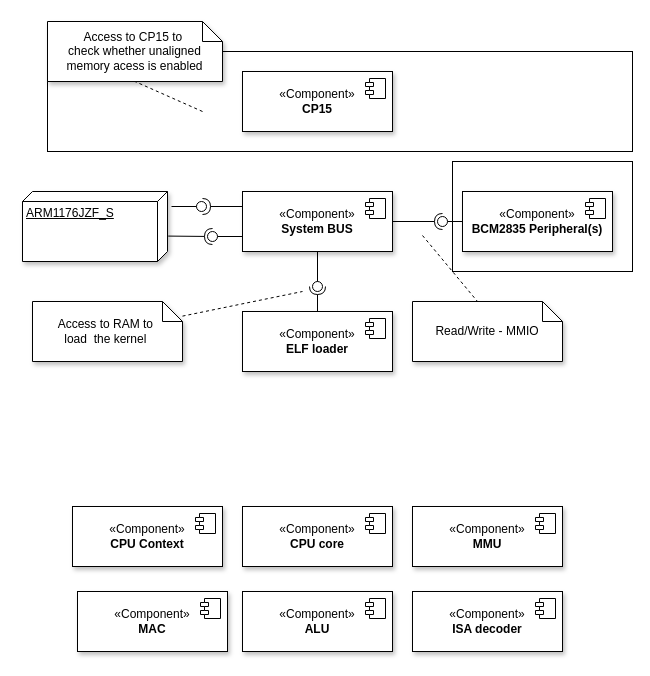
Earlier version of the draw.io diagram docs/diagrams/core_component_diagram.drawio (silhavyj/ZeroMate). Source tidied: cells renumbered, new cells numbered last; positions are measured from the earlier drawing's top-left corner, leaving out a move shared by most shapes. Both pictures are drawn from the tidied source at 100%, with x=0, y=0 at pixel (22, 21).
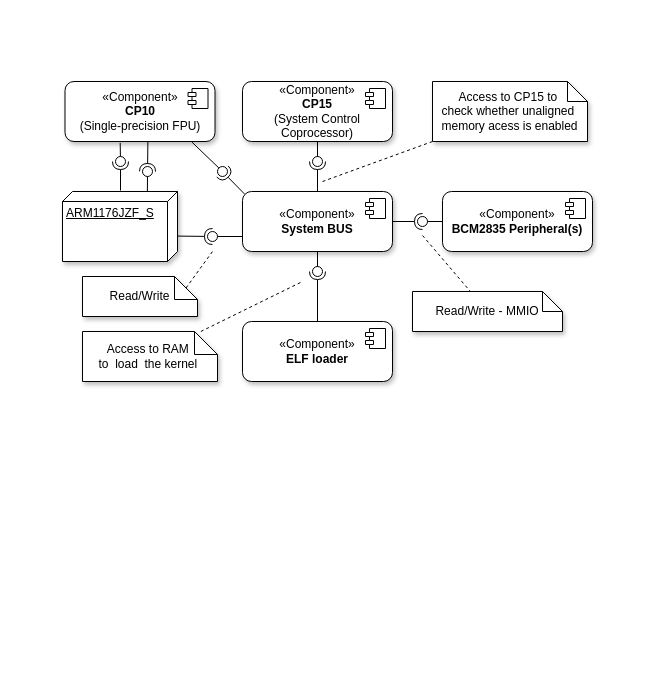
Above is the later version.

Unchanged cells that the change refers to:
```xml
<mxCell id="13" style="ellipse;whiteSpace=wrap;html=1;align=center;fillColor=none;strokeColor=none;perimeter=centerPerimeter;points=[];outlineConnect=1;" parent="1" vertex="1">
  <mxGeometry x="290" y="260" width="10" height="10" as="geometry" />
</mxCell>
```

The edit, as a diff of the source:
```diff
@@
-    <mxCell id="2" style="rounded=0;whiteSpace=wrap;html=1;" parent="1" vertex="1">
-      <mxGeometry x="25" y="30" width="585" height="100" as="geometry" />
-    </mxCell>
-    <mxCell id="3" style="rounded=0;whiteSpace=wrap;html=1;" parent="1" vertex="1">
-      <mxGeometry x="430" y="140" width="180" height="110" as="geometry" />
-    </mxCell>
-    <mxCell id="4" value="«Component»&lt;br&gt;&lt;b&gt;System BUS&lt;/b&gt;" style="html=1;whiteSpace=wrap;shadow=1;" parent="1" vertex="1">
+    <mxCell id="4" value="«Component»&lt;br&gt;&lt;b&gt;System BUS&lt;/b&gt;" style="html=1;whiteSpace=wrap;shadow=1;rounded=1;fontFamily=Computer Modern;" parent="1" vertex="1">
       <mxGeometry x="220" y="170" width="150" height="60" as="geometry" />
     </mxCell>
@@
-    <mxCell id="6" value="«Component»&lt;br&gt;&lt;b&gt;ELF loader&lt;/b&gt;" style="html=1;whiteSpace=wrap;shadow=1;" parent="1" vertex="1">
-      <mxGeometry x="220" y="290" width="150" height="60" as="geometry" />
+    <mxCell id="6" value="«Component»&lt;br&gt;&lt;b&gt;ELF loader&lt;/b&gt;" style="html=1;whiteSpace=wrap;shadow=1;rounded=1;fontFamily=Computer Modern;" parent="1" vertex="1">
+      <mxGeometry x="220" y="300" width="150" height="60" as="geometry" />
     </mxCell>
@@
-    <mxCell id="8" value="«Component»&lt;br&gt;&lt;b style=&quot;border-color: var(--border-color);&quot;&gt;BCM2835 Peripheral(s)&lt;/b&gt;" style="html=1;whiteSpace=wrap;shadow=1;" parent="1" vertex="1">
-      <mxGeometry x="440" y="170" width="150" height="60" as="geometry" />
+    <mxCell id="8" value="«Component»&lt;br&gt;&lt;b style=&quot;border-color: var(--border-color);&quot;&gt;BCM2835 Peripheral(s)&lt;/b&gt;" style="html=1;whiteSpace=wrap;shadow=1;rounded=1;fontFamily=Computer Modern;" parent="1" vertex="1">
+      <mxGeometry x="420" y="170" width="150" height="60" as="geometry" />
     </mxCell>
@@
     <mxCell id="11" style="rounded=0;jettySize=auto;html=1;endArrow=halfCircle;endFill=0;endSize=6;strokeWidth=1;sketch=0;exitX=0.5;exitY=0;exitDx=0;exitDy=0;" parent="1" edge="1" source="6">
       <mxGeometry relative="1" as="geometry">
-        <mxPoint x="295" y="265" as="targetPoint" />
+        <mxPoint x="295" y="250" as="targetPoint" />
       </mxGeometry>
     </mxCell>
-    <mxCell id="12" style="rounded=0;jettySize=auto;html=1;endArrow=oval;endFill=0;sketch=0;sourcePerimeterSpacing=0;targetPerimeterSpacing=0;endSize=10;exitX=0.5;exitY=1;exitDx=0;exitDy=0;entryX=0.497;entryY=-0.385;entryDx=0;entryDy=0;entryPerimeter=0;" parent="1" edge="1" source="4" target="13">
-      <mxGeometry relative="1" as="geometry" />
+    <mxCell id="12" style="rounded=0;jettySize=auto;html=1;endArrow=oval;endFill=0;sketch=0;sourcePerimeterSpacing=0;targetPerimeterSpacing=0;endSize=10;exitX=0.5;exitY=1;exitDx=0;exitDy=0;" parent="1" edge="1" source="4">
+      <mxGeometry relative="1" as="geometry">
+        <mxPoint x="295" y="250" as="targetPoint" />
+      </mxGeometry>
     </mxCell>
@@
     <mxCell id="14" style="rounded=0;jettySize=auto;html=1;endArrow=halfCircle;endFill=0;endSize=6;strokeWidth=1;sketch=0;exitX=1;exitY=0.5;exitDx=0;exitDy=0;" parent="1" edge="1" source="4">
       <mxGeometry relative="1" as="geometry">
-        <mxPoint x="420" y="200" as="targetPoint" />
+        <mxPoint x="400" y="200" as="targetPoint" />
+        <Array as="points">
+          <mxPoint x="400" y="200" />
+        </Array>
       </mxGeometry>
     </mxCell>
     <mxCell id="15" style="rounded=0;jettySize=auto;html=1;endArrow=oval;endFill=0;sketch=0;sourcePerimeterSpacing=0;targetPerimeterSpacing=0;endSize=10;exitX=0;exitY=0.5;exitDx=0;exitDy=0;" parent="1" edge="1" source="8">
       <mxGeometry relative="1" as="geometry">
-        <mxPoint x="420" y="200" as="targetPoint" />
+        <mxPoint x="400" y="200" as="targetPoint" />
       </mxGeometry>
     </mxCell>
@@
     <mxCell id="21" style="ellipse;whiteSpace=wrap;html=1;align=center;fillColor=none;strokeColor=none;perimeter=centerPerimeter;" parent="1" vertex="1">
-      <mxGeometry x="55" y="140" width="10" height="10" as="geometry" />
+      <mxGeometry x="80" y="140" width="10" height="10" as="geometry" />
     </mxCell>
@@
-    <mxCell id="23" value="&lt;div style=&quot;&quot;&gt;&lt;span style=&quot;background-color: initial;&quot;&gt;Access to RAM to&amp;nbsp;&lt;/span&gt;&lt;/div&gt;&lt;div style=&quot;&quot;&gt;&lt;span style=&quot;background-color: initial;&quot;&gt;load&amp;nbsp;&amp;nbsp;&lt;/span&gt;&lt;span style=&quot;background-color: initial;&quot;&gt;the kernel&amp;nbsp;&lt;/span&gt;&lt;/div&gt;" style="shape=note;size=20;whiteSpace=wrap;html=1;align=center;shadow=1;" parent="1" vertex="1">
-      <mxGeometry x="10" y="280" width="150" height="60" as="geometry" />
+    <mxCell id="23" value="&lt;div style=&quot;&quot;&gt;&lt;span style=&quot;background-color: initial;&quot;&gt;Access to RAM&amp;nbsp;&lt;/span&gt;&lt;/div&gt;&lt;div style=&quot;&quot;&gt;&lt;span style=&quot;background-color: initial;&quot;&gt;to&amp;nbsp;&amp;nbsp;&lt;/span&gt;&lt;span style=&quot;background-color: initial;&quot;&gt;load&amp;nbsp;&amp;nbsp;&lt;/span&gt;&lt;span style=&quot;background-color: initial;&quot;&gt;the kernel&amp;nbsp;&lt;/span&gt;&lt;/div&gt;" style="shape=note;size=23;whiteSpace=wrap;html=1;align=center;shadow=1;fontFamily=Computer Modern;" parent="1" vertex="1">
+      <mxGeometry x="60" y="310" width="135" height="50" as="geometry" />
     </mxCell>
     <mxCell id="24" style="endArrow=none;dashed=1;html=1;rounded=0;" parent="1" edge="1" source="23">
       <mxGeometry relative="1" as="geometry">
-        <mxPoint x="280" y="270" as="targetPoint" />
+        <mxPoint x="280" y="260" as="targetPoint" />
       </mxGeometry>
     </mxCell>
-    <mxCell id="25" value="ARM1176JZF_S" style="verticalAlign=top;align=left;spacingTop=8;spacingLeft=2;spacingRight=12;shape=cube;size=10;direction=south;fontStyle=4;html=1;whiteSpace=wrap;shadow=1;" parent="1" vertex="1">
-      <mxGeometry y="170" width="145" height="70" as="geometry" />
+    <mxCell id="25" value="ARM1176JZF_S" style="verticalAlign=top;align=left;spacingTop=8;spacingLeft=2;spacingRight=12;shape=cube;size=10;direction=south;fontStyle=4;html=1;whiteSpace=wrap;shadow=1;fontFamily=Computer Modern;" parent="1" vertex="1">
+      <mxGeometry x="40" y="170" width="115" height="70" as="geometry" />
     </mxCell>
-    <mxCell id="26" value="&lt;div style=&quot;&quot;&gt;Read/Write - MMIO&lt;/div&gt;" style="shape=note;size=20;whiteSpace=wrap;html=1;align=center;shadow=1;" parent="1" vertex="1">
-      <mxGeometry x="390" y="280" width="150" height="60" as="geometry" />
+    <mxCell id="26" value="&lt;div style=&quot;&quot;&gt;Read/Write - MMIO&lt;/div&gt;" style="shape=note;size=20;whiteSpace=wrap;html=1;align=center;shadow=1;fontFamily=Computer Modern;" parent="1" vertex="1">
+      <mxGeometry x="390" y="270" width="150" height="40" as="geometry" />
     </mxCell>
-    <mxCell id="27" style="endArrow=none;dashed=1;html=1;rounded=0;entryX=0;entryY=0;entryDx=65;entryDy=0;entryPerimeter=0;" parent="1" edge="1" target="26">
+    <mxCell id="27" style="endArrow=none;dashed=1;html=1;rounded=0;" parent="1" edge="1" target="26">
       <mxGeometry relative="1" as="geometry">
         <mxPoint x="400" y="214" as="sourcePoint" />
       </mxGeometry>
     </mxCell>
-    <mxCell id="28" value="&lt;div style=&quot;&quot;&gt;Access to CP15 to&amp;nbsp;&lt;/div&gt;&lt;div style=&quot;&quot;&gt;check whether unaligned memory acess is enabled&lt;/div&gt;" style="shape=note;size=20;whiteSpace=wrap;html=1;align=center;shadow=1;" parent="1" vertex="1">
-      <mxGeometry x="25" width="175" height="60" as="geometry" />
+    <mxCell id="28" value="&lt;div style=&quot;&quot;&gt;Access to CP15 to&amp;nbsp;&lt;/div&gt;&lt;div style=&quot;&quot;&gt;check whether unaligned&amp;nbsp;&lt;/div&gt;&lt;div style=&quot;&quot;&gt;memory acess is enabled&lt;/div&gt;" style="shape=note;size=20;whiteSpace=wrap;html=1;align=center;shadow=1;fontFamily=Computer Modern;" parent="1" vertex="1">
+      <mxGeometry x="410" y="60" width="155" height="60" as="geometry" />
     </mxCell>
-    <mxCell id="29" style="rounded=0;jettySize=auto;html=1;endArrow=halfCircle;endFill=0;endSize=6;strokeWidth=1;sketch=0;exitX=0;exitY=0.25;exitDx=0;exitDy=0;" parent="1" edge="1" source="4">
+    <mxCell id="29" style="rounded=0;jettySize=auto;html=1;endArrow=halfCircle;endFill=0;endSize=6;strokeWidth=1;sketch=0;exitX=0.5;exitY=0;exitDx=0;exitDy=0;" parent="1" edge="1" source="4">
       <mxGeometry relative="1" as="geometry">
-        <mxPoint x="180" y="185" as="targetPoint" />
+        <mxPoint x="295" y="140" as="targetPoint" />
       </mxGeometry>
     </mxCell>
-    <mxCell id="30" style="rounded=0;orthogonalLoop=1;jettySize=auto;html=1;endArrow=oval;endFill=0;sketch=0;sourcePerimeterSpacing=0;targetPerimeterSpacing=0;endSize=10;" parent="1" edge="1">
+    <mxCell id="30" style="rounded=0;jettySize=auto;html=1;endArrow=oval;endFill=0;sketch=0;sourcePerimeterSpacing=0;targetPerimeterSpacing=0;endSize=10;exitX=0.5;exitY=1;exitDx=0;exitDy=0;" parent="1" edge="1" source="44">
       <mxGeometry relative="1" as="geometry">
-        <mxPoint x="149" y="185" as="sourcePoint" />
-        <mxPoint x="179" y="185" as="targetPoint" />
+        <mxPoint x="295" y="140" as="targetPoint" />
       </mxGeometry>
     </mxCell>
-    <mxCell id="31" style="endArrow=none;dashed=1;html=1;rounded=0;entryX=0.5;entryY=1;entryDx=0;entryDy=0;entryPerimeter=0;" parent="1" edge="1" target="28">
+    <mxCell id="31" style="endArrow=none;dashed=1;html=1;rounded=0;entryX=0;entryY=1;entryDx=0;entryDy=0;entryPerimeter=0;" parent="1" edge="1" target="28">
       <mxGeometry relative="1" as="geometry">
-        <mxPoint x="180" y="90" as="sourcePoint" />
+        <mxPoint x="300" y="160" as="sourcePoint" />
       </mxGeometry>
     </mxCell>
-    <mxCell id="32" value="«Component»&lt;br&gt;&lt;b&gt;CPU core&lt;/b&gt;" style="html=1;whiteSpace=wrap;shadow=1;" parent="1" vertex="1">
-      <mxGeometry x="220" y="485" width="150" height="60" as="geometry" />
-    </mxCell>
-    <mxCell id="33" style="shape=module;jettyWidth=8;jettyHeight=4;" parent="32" vertex="1">
-      <mxGeometry x="1" width="20" height="20" relative="1" as="geometry">
-        <mxPoint x="-27" y="7" as="offset" />
-      </mxGeometry>
-    </mxCell>
-    <mxCell id="34" value="«Component»&lt;br&gt;&lt;b&gt;CPU Context&lt;/b&gt;" style="html=1;whiteSpace=wrap;shadow=1;" parent="1" vertex="1">
-      <mxGeometry x="50" y="485" width="150" height="60" as="geometry" />
-    </mxCell>
-    <mxCell id="35" style="shape=module;jettyWidth=8;jettyHeight=4;" parent="34" vertex="1">
-      <mxGeometry x="1" width="20" height="20" relative="1" as="geometry">
-        <mxPoint x="-27" y="7" as="offset" />
-      </mxGeometry>
-    </mxCell>
-    <mxCell id="36" value="«Component»&lt;br&gt;&lt;b&gt;ISA decoder&lt;/b&gt;" style="html=1;whiteSpace=wrap;shadow=1;" parent="1" vertex="1">
-      <mxGeometry x="390" y="570" width="150" height="60" as="geometry" />
-    </mxCell>
-    <mxCell id="37" style="shape=module;jettyWidth=8;jettyHeight=4;" parent="36" vertex="1">
-      <mxGeometry x="1" width="20" height="20" relative="1" as="geometry">
-        <mxPoint x="-27" y="7" as="offset" />
-      </mxGeometry>
-    </mxCell>
-    <mxCell id="38" value="«Component»&lt;br&gt;&lt;b&gt;MMU&lt;/b&gt;" style="html=1;whiteSpace=wrap;shadow=1;" parent="1" vertex="1">
-      <mxGeometry x="390" y="485" width="150" height="60" as="geometry" />
-    </mxCell>
-    <mxCell id="39" style="shape=module;jettyWidth=8;jettyHeight=4;" parent="38" vertex="1">
-      <mxGeometry x="1" width="20" height="20" relative="1" as="geometry">
-        <mxPoint x="-27" y="7" as="offset" />
-      </mxGeometry>
-    </mxCell>
-    <mxCell id="40" value="«Component»&lt;br&gt;&lt;b&gt;ALU&lt;/b&gt;" style="html=1;whiteSpace=wrap;shadow=1;" parent="1" vertex="1">
-      <mxGeometry x="220" y="570" width="150" height="60" as="geometry" />
-    </mxCell>
-    <mxCell id="41" style="shape=module;jettyWidth=8;jettyHeight=4;" parent="40" vertex="1">
-      <mxGeometry x="1" width="20" height="20" relative="1" as="geometry">
-        <mxPoint x="-27" y="7" as="offset" />
-      </mxGeometry>
-    </mxCell>
-    <mxCell id="42" value="«Component»&lt;br&gt;&lt;b&gt;MAC&lt;/b&gt;" style="html=1;whiteSpace=wrap;shadow=1;" parent="1" vertex="1">
-      <mxGeometry x="55" y="570" width="150" height="60" as="geometry" />
-    </mxCell>
-    <mxCell id="43" style="shape=module;jettyWidth=8;jettyHeight=4;" parent="42" vertex="1">
-      <mxGeometry x="1" width="20" height="20" relative="1" as="geometry">
-        <mxPoint x="-27" y="7" as="offset" />
-      </mxGeometry>
-    </mxCell>
-    <mxCell id="44" value="«Component»&lt;br&gt;&lt;b&gt;CP15&lt;/b&gt;" style="html=1;whiteSpace=wrap;shadow=1;" parent="1" vertex="1">
-      <mxGeometry x="220" y="50" width="150" height="60" as="geometry" />
+    <mxCell id="44" value="«Component»&lt;br&gt;&lt;b&gt;CP15&lt;/b&gt;&lt;br&gt;(System Control &lt;br&gt;Coprocessor)" style="html=1;whiteSpace=wrap;shadow=1;rounded=1;fontFamily=Computer Modern;" parent="1" vertex="1">
+      <mxGeometry x="220" y="60" width="150" height="60" as="geometry" />
     </mxCell>
@@
+    <mxCell id="46" value="«Component»&lt;br&gt;&lt;b&gt;CP10&lt;/b&gt;&lt;br&gt;(Single-precision FPU)" style="html=1;whiteSpace=wrap;shadow=1;rounded=1;fontFamily=Computer Modern;" parent="1" vertex="1">
+      <mxGeometry x="42.5" y="60" width="150" height="60" as="geometry" />
+    </mxCell>
+    <mxCell id="47" style="shape=module;jettyWidth=8;jettyHeight=4;" parent="46" vertex="1">
+      <mxGeometry x="1" width="20" height="20" relative="1" as="geometry">
+        <mxPoint x="-27" y="7" as="offset" />
+      </mxGeometry>
+    </mxCell>
+    <mxCell id="48" style="rounded=0;orthogonalLoop=1;jettySize=auto;html=1;endArrow=halfCircle;endFill=0;endSize=6;strokeWidth=1;sketch=0;" parent="1" edge="1">
+      <mxGeometry relative="1" as="geometry">
+        <mxPoint x="98" y="169" as="sourcePoint" />
+        <mxPoint x="98" y="140" as="targetPoint" />
+      </mxGeometry>
+    </mxCell>
+    <mxCell id="49" style="rounded=0;orthogonalLoop=1;jettySize=auto;html=1;endArrow=oval;endFill=0;sketch=0;sourcePerimeterSpacing=0;targetPerimeterSpacing=0;endSize=10;exitX=0.201;exitY=1.023;exitDx=0;exitDy=0;exitPerimeter=0;" parent="1" edge="1">
+      <mxGeometry relative="1" as="geometry">
+        <mxPoint x="97.7" y="121.4" as="sourcePoint" />
+        <mxPoint x="98" y="140" as="targetPoint" />
+      </mxGeometry>
+    </mxCell>
+    <mxCell id="50" style="rounded=0;orthogonalLoop=1;jettySize=auto;html=1;endArrow=oval;endFill=0;sketch=0;sourcePerimeterSpacing=0;targetPerimeterSpacing=0;endSize=10;exitX=-0.005;exitY=0.479;exitDx=0;exitDy=0;exitPerimeter=0;" parent="1" edge="1">
+      <mxGeometry relative="1" as="geometry">
+        <mxPoint x="124.9" y="169.6" as="sourcePoint" />
+        <mxPoint x="125" y="150" as="targetPoint" />
+      </mxGeometry>
+    </mxCell>
+    <mxCell id="51" style="rounded=0;orthogonalLoop=1;jettySize=auto;html=1;endArrow=halfCircle;endFill=0;endSize=6;strokeWidth=1;sketch=0;exitX=0.386;exitY=1.001;exitDx=0;exitDy=0;exitPerimeter=0;" parent="1" edge="1">
+      <mxGeometry relative="1" as="geometry">
+        <mxPoint x="125.4" y="120.1" as="sourcePoint" />
+        <mxPoint x="125" y="150" as="targetPoint" />
+      </mxGeometry>
+    </mxCell>
+    <mxCell id="52" style="rounded=0;jettySize=auto;html=1;endArrow=oval;endFill=0;sketch=0;sourcePerimeterSpacing=0;targetPerimeterSpacing=0;endSize=10;exitX=0.845;exitY=1.007;exitDx=0;exitDy=0;exitPerimeter=0;" parent="1" edge="1" source="46">
+      <mxGeometry relative="1" as="geometry">
+        <mxPoint x="200" y="150" as="targetPoint" />
+      </mxGeometry>
+    </mxCell>
+    <mxCell id="53" style="rounded=0;jettySize=auto;html=1;endArrow=halfCircle;endFill=0;endSize=6;strokeWidth=1;sketch=0;exitX=0.013;exitY=0.041;exitDx=0;exitDy=0;exitPerimeter=0;" parent="1" edge="1" source="4">
+      <mxGeometry relative="1" as="geometry">
+        <mxPoint x="200" y="150" as="targetPoint" />
+      </mxGeometry>
+    </mxCell>
+    <mxCell id="54" value="&lt;div style=&quot;&quot;&gt;Read/Write&lt;/div&gt;" style="shape=note;size=23;whiteSpace=wrap;html=1;align=center;shadow=1;fontFamily=Computer Modern;" parent="1" vertex="1">
+      <mxGeometry x="60" y="255" width="115" height="40" as="geometry" />
+    </mxCell>
+    <mxCell id="55" style="endArrow=none;dashed=1;html=1;rounded=0;exitX=0;exitY=0;exitDx=103.5;exitDy=11.5;exitPerimeter=0;" parent="1" edge="1" source="54">
+      <mxGeometry relative="1" as="geometry">
+        <mxPoint x="190" y="230" as="targetPoint" />
+      </mxGeometry>
+    </mxCell>
```
